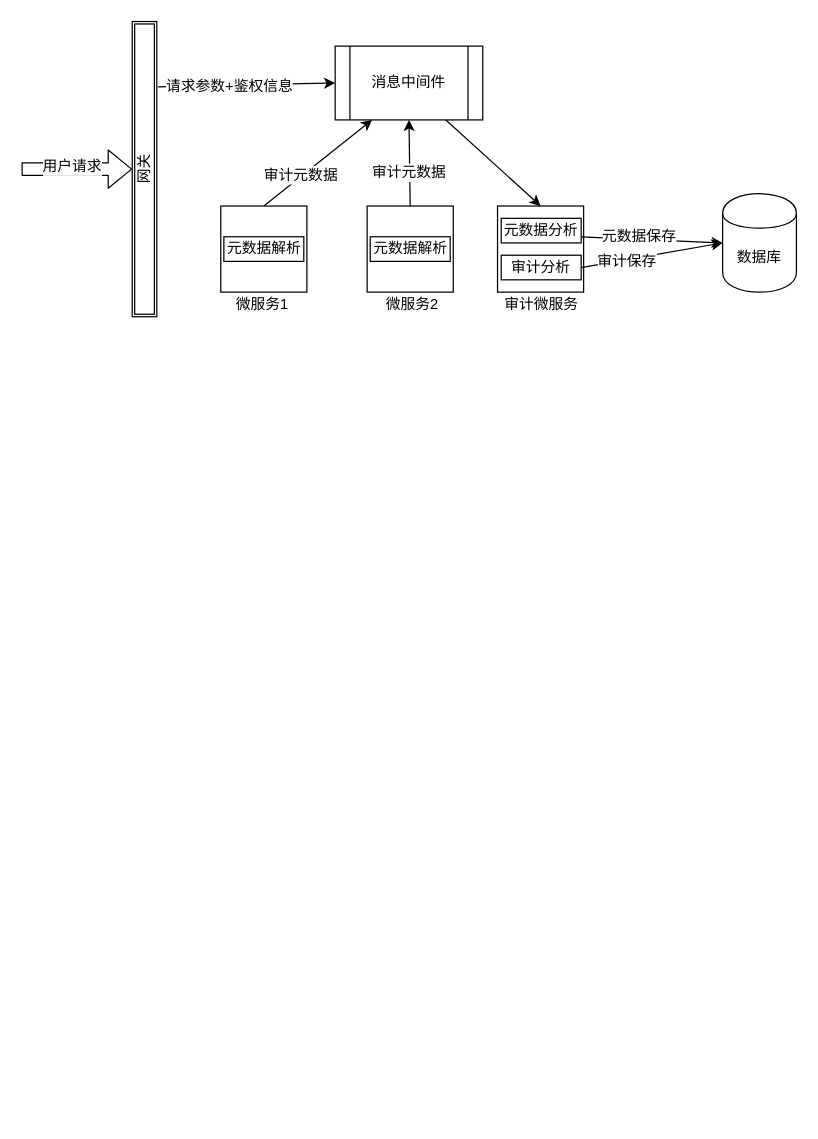
Earlier version of the draw.io diagram 专利图.drawio (huhailong147/Test). Source tidied: cells renumbered, new cells numbered last; positions are measured from the earlier drawing's top-left corner, leaving out a move shared by most shapes. Both pictures are drawn from the tidied source at 123%, with x=0, y=0 at pixel (-4, 46).
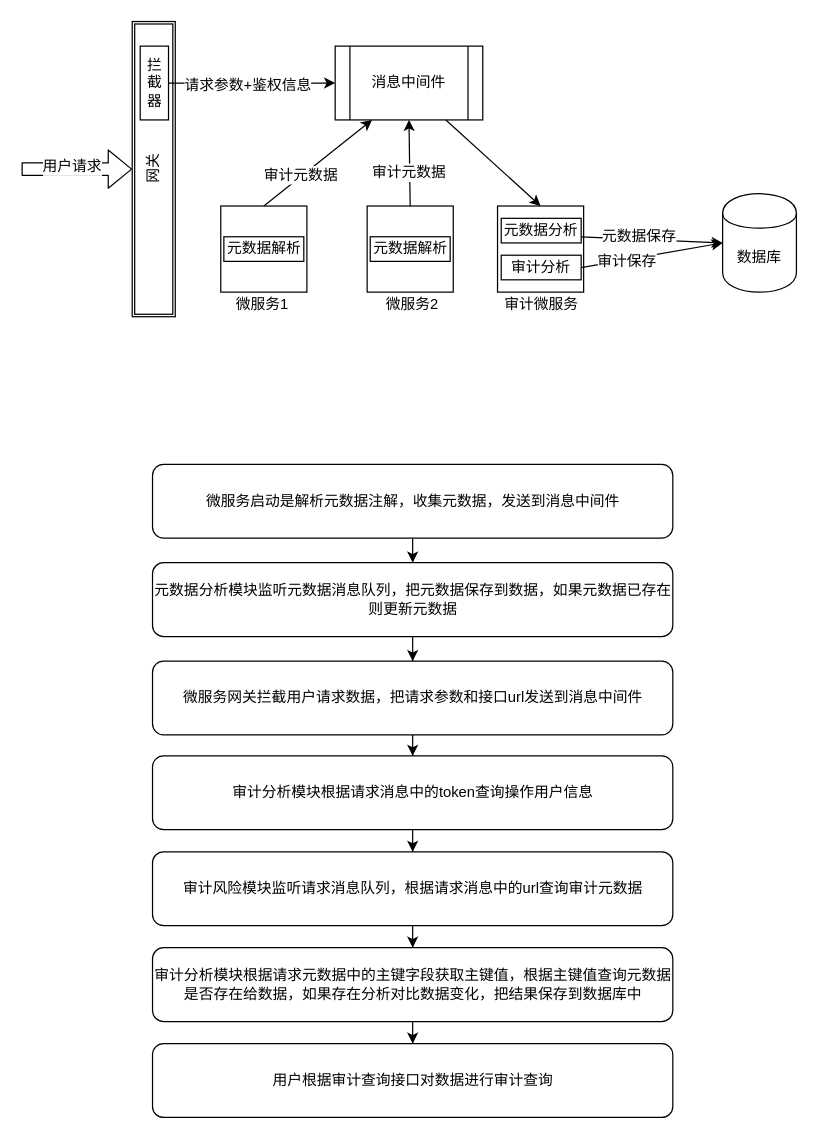
After the change.

The change refers to these unchanged cells:
```xml
<mxCell id="6" value="消息中间件" style="shape=process;whiteSpace=wrap;html=1;backgroundOutline=1;" parent="1" vertex="1">
  <mxGeometry x="275" width="120" height="60" as="geometry" />
</mxCell>
```

The edit, as a diff of the source:
```diff
@@
     <mxCell id="3" value="网关" style="shape=ext;double=1;rounded=0;whiteSpace=wrap;html=1;rotation=-90;" parent="1" vertex="1">
-      <mxGeometry y="90" width="240" height="20" as="geometry" />
+      <mxGeometry x="7.5" y="82.5" width="240" height="35" as="geometry" />
     </mxCell>
@@
-    <mxCell id="7" style="endArrow=classic;html=1;entryX=0;entryY=0.5;entryDx=0;entryDy=0;exitX=0.779;exitY=1.05;exitDx=0;exitDy=0;exitPerimeter=0;" parent="1" edge="1" source="3" target="6">
+    <mxCell id="7" style="endArrow=classic;html=1;entryX=0;entryY=0.5;entryDx=0;entryDy=0;exitX=1;exitY=0.5;exitDx=0;exitDy=0;" parent="1" edge="1" source="41" target="6">
       <mxGeometry relative="1" as="geometry" />
     </mxCell>
     <mxCell id="8" value="请求参数+鉴权信息" style="text;html=1;align=center;verticalAlign=middle;labelBackgroundColor=#ffffff;" parent="7" vertex="1">
-      <mxGeometry x="-0.21" y="-1" relative="1" as="geometry" />
+      <mxGeometry x="-0.21" y="-1" relative="1" as="geometry">
+        <mxPoint x="10" as="offset" />
+      </mxGeometry>
     </mxCell>
@@
+    <mxCell id="28" style="edgeStyle=orthogonalEdgeStyle;rounded=0;jettySize=auto;html=1;" parent="1" edge="1" source="29" target="31">
+      <mxGeometry relative="1" as="geometry" />
+    </mxCell>
+    <mxCell id="29" value="微服务启动是解析元数据注解，收集元数据，发送到消息中间件" style="rounded=1;whiteSpace=wrap;html=1;" parent="1" vertex="1">
+      <mxGeometry x="126.5" y="340" width="423" height="60" as="geometry" />
+    </mxCell>
+    <mxCell id="30" style="edgeStyle=orthogonalEdgeStyle;rounded=0;jettySize=auto;html=1;" parent="1" edge="1" source="31" target="33">
+      <mxGeometry relative="1" as="geometry" />
+    </mxCell>
+    <mxCell id="31" value="元数据分析模块监听元数据消息队列，把元数据保存到数据，如果元数据已存在则更新元数据" style="rounded=1;whiteSpace=wrap;html=1;" parent="1" vertex="1">
+      <mxGeometry x="126.5" y="420" width="423" height="60" as="geometry" />
+    </mxCell>
+    <mxCell id="32" style="edgeStyle=orthogonalEdgeStyle;rounded=0;jettySize=auto;html=1;" parent="1" edge="1" source="33" target="35">
+      <mxGeometry relative="1" as="geometry" />
+    </mxCell>
+    <mxCell id="33" value="微服务网关拦截用户请求数据，把请求参数和接口url发送到消息中间件" style="rounded=1;whiteSpace=wrap;html=1;" parent="1" vertex="1">
+      <mxGeometry x="126.5" y="500" width="423" height="60" as="geometry" />
+    </mxCell>
+    <mxCell id="34" style="edgeStyle=orthogonalEdgeStyle;rounded=0;jettySize=auto;html=1;" parent="1" edge="1" source="35" target="37">
+      <mxGeometry relative="1" as="geometry" />
+    </mxCell>
+    <mxCell id="35" value="&lt;span style=&quot;white-space: normal&quot;&gt;审计分析模块根据请求消息中的token查询操作用户信息&lt;/span&gt;" style="rounded=1;whiteSpace=wrap;html=1;" parent="1" vertex="1">
+      <mxGeometry x="126.5" y="577" width="423" height="60" as="geometry" />
+    </mxCell>
+    <mxCell id="36" style="edgeStyle=orthogonalEdgeStyle;rounded=0;jettySize=auto;html=1;" parent="1" edge="1" source="37" target="39">
+      <mxGeometry relative="1" as="geometry" />
+    </mxCell>
+    <mxCell id="37" value="审计风险模块监听请求消息队列，根据请求消息中的url查询审计元数据" style="rounded=1;whiteSpace=wrap;html=1;" parent="1" vertex="1">
+      <mxGeometry x="126.5" y="655" width="423" height="60" as="geometry" />
+    </mxCell>
+    <mxCell id="38" style="edgeStyle=orthogonalEdgeStyle;rounded=0;jettySize=auto;html=1;" parent="1" edge="1" source="39" target="40">
+      <mxGeometry relative="1" as="geometry" />
+    </mxCell>
+    <mxCell id="39" value="审计分析模块根据请求元数据中的主键字段获取主键值，根据主键值查询元数据是否存在给数据，如果存在分析对比数据变化，把结果保存到数据库中" style="rounded=1;whiteSpace=wrap;html=1;" parent="1" vertex="1">
+      <mxGeometry x="126.5" y="733" width="423" height="60" as="geometry" />
+    </mxCell>
+    <mxCell id="40" value="用户根据审计查询接口对数据进行审计查询" style="rounded=1;whiteSpace=wrap;html=1;" parent="1" vertex="1">
+      <mxGeometry x="126.5" y="811" width="423" height="60" as="geometry" />
+    </mxCell>
+    <mxCell id="41" value="拦截器" style="rounded=0;whiteSpace=wrap;html=1;" parent="1" vertex="1">
+      <mxGeometry x="116.5" width="23" height="60" as="geometry" />
+    </mxCell>
```
